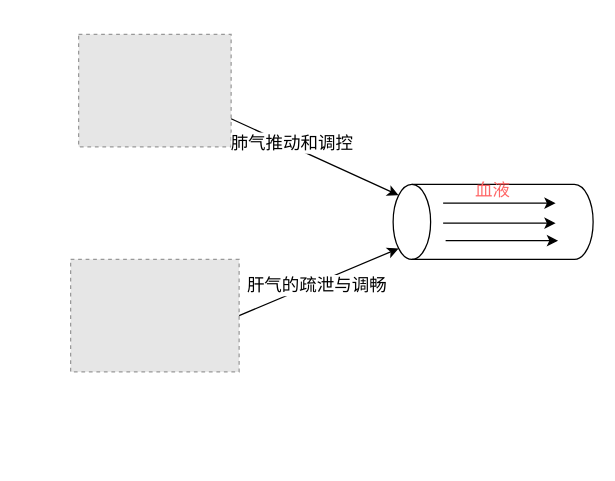
Before: 医门推敲叁/精气血津液神/气能行血.drawio in 328507133/chart, a draw.io diagram. Source tidied: cells renumbered, new cells numbered last; positions are measured from the earlier drawing's top-left corner, leaving out a move shared by most shapes. Both pictures are drawn from the tidied source at 125%, with x=0, y=0 at pixel (70, 34). Pictures stored in the file or linked from it are replaced by grey dashed boxes.
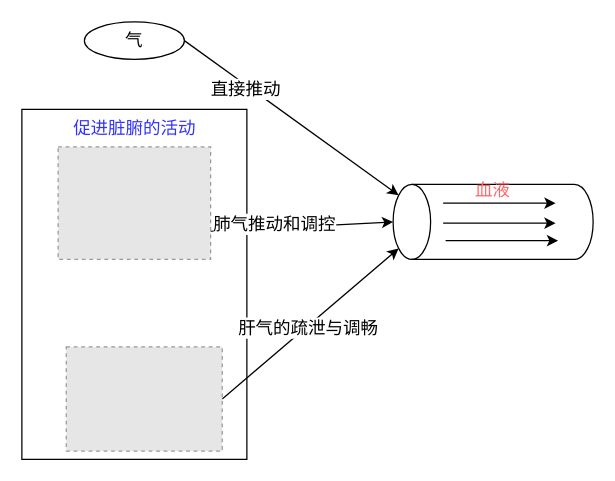
After the change.

Commit message (it also covers changes not shown here):
更新气能行血.drawio

The change refers to these unchanged cells:
```xml
<mxCell id="4" style="shape=cylinder3;whiteSpace=wrap;html=1;boundedLbl=1;backgroundOutline=1;size=15;rotation=-90;" parent="3" vertex="1">
  <mxGeometry x="50" y="-50" width="60" height="160" as="geometry" />
</mxCell>
```

Diff of the diagram source:
```diff
@@
+    <mxCell id="15" style="rounded=0;whiteSpace=wrap;html=1;" parent="1" vertex="1">
+      <mxGeometry x="-39" y="60" width="180" height="280" as="geometry" />
+    </mxCell>
     <mxCell id="2" style="fillColor=#E6E6E6;strokeColor=#999999;dashed=1;verticalLabelPosition=bottom;labelBackgroundColor=default;verticalAlign=top;" parent="1" vertex="1">
-      <mxGeometry x="6.4" width="122" height="90" as="geometry" />
+      <mxGeometry x="-10" y="90" width="122" height="90" as="geometry" />
     </mxCell>
@@
-    <mxCell id="10" style="rounded=0;jettySize=auto;html=1;exitX=1;exitY=0.5;exitDx=0;exitDy=0;entryX=0.145;entryY=0;entryDx=0;entryDy=4.35;entryPerimeter=0;" parent="1" edge="1" source="12" target="4">
+    <mxCell id="10" style="rounded=0;jettySize=auto;html=1;exitX=1;exitY=0.5;exitDx=0;exitDy=0;entryX=0.145;entryY=0;entryDx=0;entryDy=4.35;entryPerimeter=0;" parent="1" edge="1" source="20" target="4">
       <mxGeometry relative="1" as="geometry" />
     </mxCell>
@@
-    <mxCell id="12" style="fillColor=#E6E6E6;strokeColor=#999999;dashed=1;verticalLabelPosition=bottom;labelBackgroundColor=default;verticalAlign=top;" parent="1" vertex="1">
-      <mxGeometry y="180" width="134.8" height="90" as="geometry" />
-    </mxCell>
-    <mxCell id="13" style="rounded=0;jettySize=auto;html=1;exitX=1;exitY=0.75;exitDx=0;exitDy=0;entryX=0.855;entryY=0;entryDx=0;entryDy=4.35;entryPerimeter=0;" parent="1" edge="1" source="2" target="4">
+    <mxCell id="13" style="rounded=0;jettySize=auto;html=1;exitX=1;exitY=0.75;exitDx=0;exitDy=0;entryX=0.5;entryY=0;entryDx=0;entryDy=0;entryPerimeter=0;" parent="1" edge="1" source="2" target="4">
       <mxGeometry relative="1" as="geometry" />
     </mxCell>
@@
+    <mxCell id="16" value="&lt;font style=&quot;font-size: 14px;&quot;&gt;气&lt;/font&gt;" style="ellipse;whiteSpace=wrap;html=1;" parent="1" vertex="1">
+      <mxGeometry x="11" y="-10" width="80" height="30" as="geometry" />
+    </mxCell>
+    <mxCell id="17" style="rounded=0;jettySize=auto;html=1;exitX=1;exitY=0.5;exitDx=0;exitDy=0;entryX=0.855;entryY=0;entryDx=0;entryDy=4.35;entryPerimeter=0;" parent="1" edge="1" source="16" target="4">
+      <mxGeometry relative="1" as="geometry" />
+    </mxCell>
+    <mxCell id="18" value="&lt;font style=&quot;font-size: 14px;&quot;&gt;直接推动&lt;/font&gt;" style="edgeLabel;html=1;align=center;verticalAlign=middle;" parent="17" vertex="1">
+      <mxGeometry x="-0.4" y="-2" relative="1" as="geometry">
+        <mxPoint x="-1" as="offset" />
+      </mxGeometry>
+    </mxCell>
+    <mxCell id="19" value="&lt;font color=&quot;#3333ff&quot; style=&quot;font-size: 14px;&quot;&gt;促进脏腑的活动&lt;/font&gt;" style="text;html=1;strokeColor=none;fillColor=none;align=center;verticalAlign=middle;whiteSpace=wrap;rounded=0;" parent="1" vertex="1">
+      <mxGeometry x="-3.5" y="60" width="109" height="30" as="geometry" />
+    </mxCell>
+    <mxCell id="20" style="fillColor=#E6E6E6;strokeColor=#999999;dashed=1;verticalLabelPosition=bottom;labelBackgroundColor=default;verticalAlign=top;" parent="1" vertex="1">
+      <mxGeometry x="-3.5" y="250" width="124.8" height="83.3" as="geometry" />
+    </mxCell>
```
